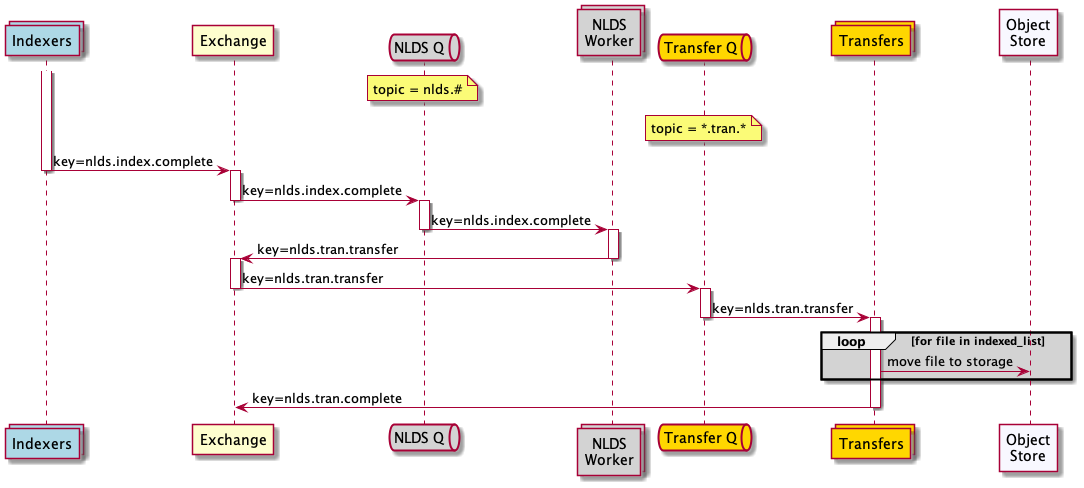
cedadev/nlds keeps this PlantUML diagram as doc/uml/message_flow_put2.png. Above is the earlier version.
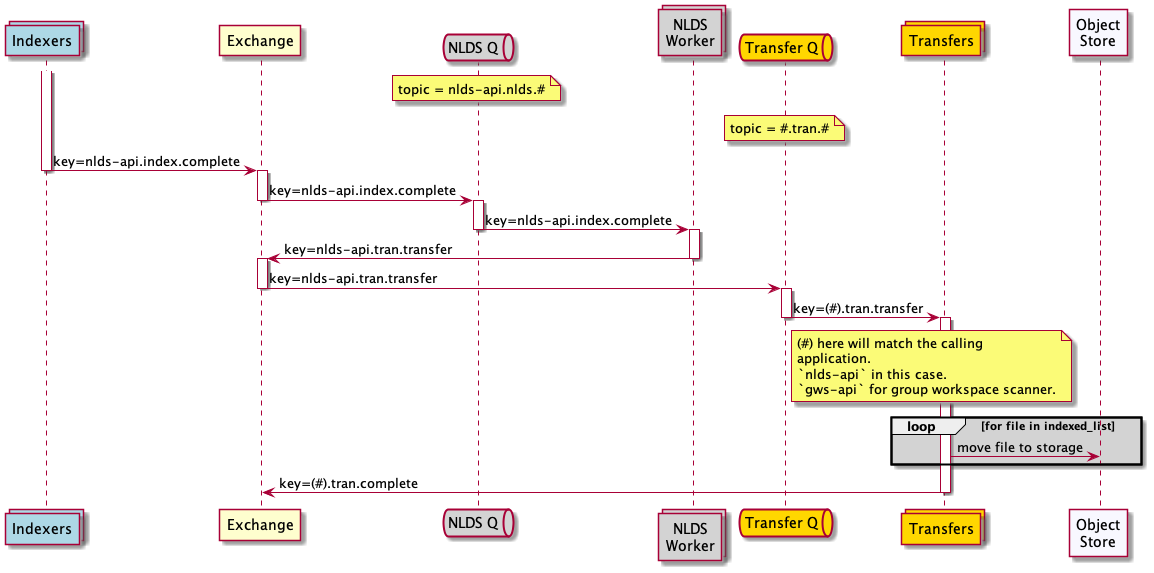
The same file after the commit.

What changed in the source:
```diff
@@ -6,40 +6,46 @@
 
 queue qw as "NLDS Q" #lightgrey
 note over qw
-    topic = nlds.#
+    topic = nlds-api.nlds.#
 end note
 collections work as "NLDS\nWorker" #lightgrey
 queue qt as "Transfer Q" #gold
 note over qt
-    topic = *.tran.*
+    topic = #.tran.#
 end note
 collections tran as "Transfers" #gold
 
 participant obj as "Object\nStore" #GhostWhite
 
 activate index
-index -> wex : key=nlds.index.complete
+index -> wex : key=nlds-api.index.complete
 deactivate index
 activate wex
-wex -> qw : key=nlds.index.complete
+wex -> qw : key=nlds-api.index.complete
 deactivate wex
 activate qw
-qw -> work : key=nlds.index.complete
+qw -> work : key=nlds-api.index.complete
 deactivate qw
 activate work
-work -> wex  : key=nlds.tran.transfer
+work -> wex  : key=nlds-api.tran.transfer
 deactivate work
 activate wex
-wex -> qt : key=nlds.tran.transfer
+wex -> qt : key=nlds-api.tran.transfer
 deactivate wex
 activate qt
-qt -> tran : key=nlds.tran.transfer
+qt -> tran : key=(#).tran.transfer
 deactivate qt
+note right of qt
+    (#) here will match the calling
+    application.
+    `nlds-api` in this case.
+    `gws-api` for group workspace scanner.
+end note
 
 activate tran
 loop #lightgrey for file in indexed_list
     tran -> obj : move file to storage
 end
-tran -> wex : key=nlds.tran.complete
+tran -> wex : key=(#).tran.complete
 deactivate tran
 @enduml
```
